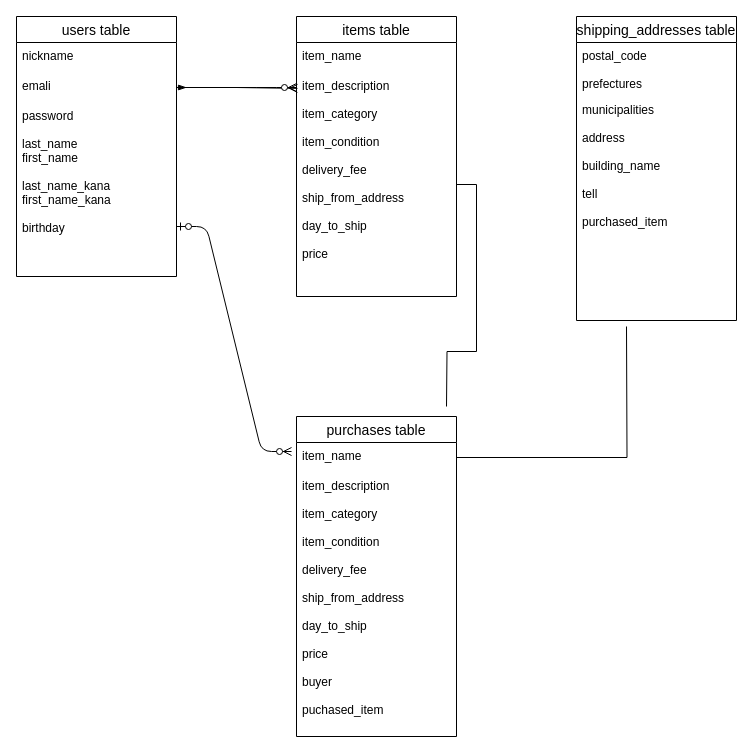
The draw.io diagram page "ページ1" (1 of 2) of furima.dio in hirobitch/furima-36776, before the edit. Source tidied: cells renumbered, new cells numbered last; positions are measured from the earlier drawing's top-left corner, leaving out a move shared by most shapes. Both pictures are drawn from the tidied source at 100%, with x=0, y=0 at pixel (16, 16).
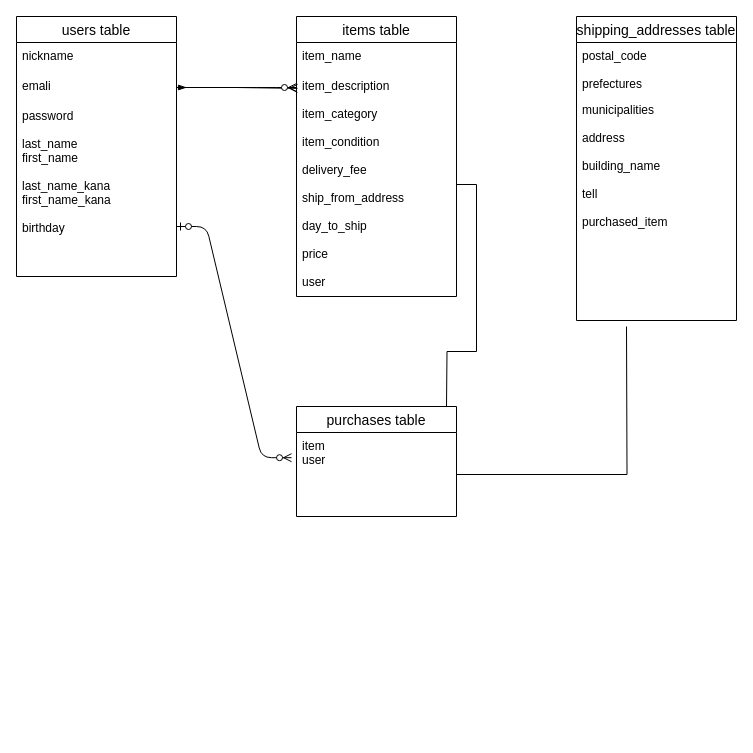
After the change.

Commit message (it also covers changes not shown here):
修正3回目　DB設計

Unchanged cells that the change refers to:
```xml
<mxCell id="6" value="items table" style="swimlane;fontStyle=0;horizontal=1;startSize=26;align=center;fontSize=14;" parent="1" vertex="1">
  <mxGeometry x="280" width="160" height="280" as="geometry" />
</mxCell>
```

Diff of the diagram source:
```diff
@@
-    <mxCell id="8" value="item_description&#10;&#10;item_category&#10;&#10;item_condition&#10;&#10;delivery_fee&#10;&#10;ship_from_address&#10;&#10;day_to_ship&#10;&#10;price&#10;&#10;" style="text;strokeColor=none;fillColor=none;spacingLeft=4;spacingRight=4;overflow=hidden;points=[[0,0.5],[1,0.5]];portConstraint=eastwest;fontSize=12;" parent="6" vertex="1">
+    <mxCell id="8" value="item_description&#10;&#10;item_category&#10;&#10;item_condition&#10;&#10;delivery_fee&#10;&#10;ship_from_address&#10;&#10;day_to_ship&#10;&#10;price&#10;&#10;user" style="text;strokeColor=none;fillColor=none;spacingLeft=4;spacingRight=4;overflow=hidden;points=[[0,0.5],[1,0.5]];portConstraint=eastwest;fontSize=12;" parent="6" vertex="1">
       <mxGeometry y="56" width="160" height="224" as="geometry" />
     </mxCell>
@@
     <mxCell id="12" value="purchases table" style="swimlane;fontStyle=0;horizontal=1;startSize=26;align=center;fontSize=14;" parent="1" vertex="1">
-      <mxGeometry x="280" y="400" width="160" height="320" as="geometry" />
+      <mxGeometry x="280" y="390" width="160" height="110" as="geometry" />
     </mxCell>
-    <mxCell id="13" value="item_name" style="text;strokeColor=none;fillColor=none;spacingLeft=4;spacingRight=4;overflow=hidden;points=[[0,0.5],[1,0.5]];portConstraint=eastwest;fontSize=12;" parent="12" vertex="1">
-      <mxGeometry y="26" width="160" height="30" as="geometry" />
+    <mxCell id="13" value="item&#10;user" style="text;strokeColor=none;fillColor=none;spacingLeft=4;spacingRight=4;overflow=hidden;points=[[0,0.5],[1,0.5]];portConstraint=eastwest;fontSize=12;" parent="12" vertex="1">
+      <mxGeometry y="26" width="160" height="84" as="geometry" />
     </mxCell>
-    <mxCell id="14" value="item_description&#10;&#10;item_category&#10;&#10;item_condition&#10;&#10;delivery_fee&#10;&#10;ship_from_address&#10;&#10;day_to_ship&#10;&#10;price&#10;&#10;buyer&#10;&#10;puchased_item&#10;&#10;" style="text;strokeColor=none;fillColor=none;spacingLeft=4;spacingRight=4;overflow=hidden;fontSize=12;" parent="12" vertex="1">
-      <mxGeometry y="56" width="160" height="264" as="geometry" />
-    </mxCell>
```
